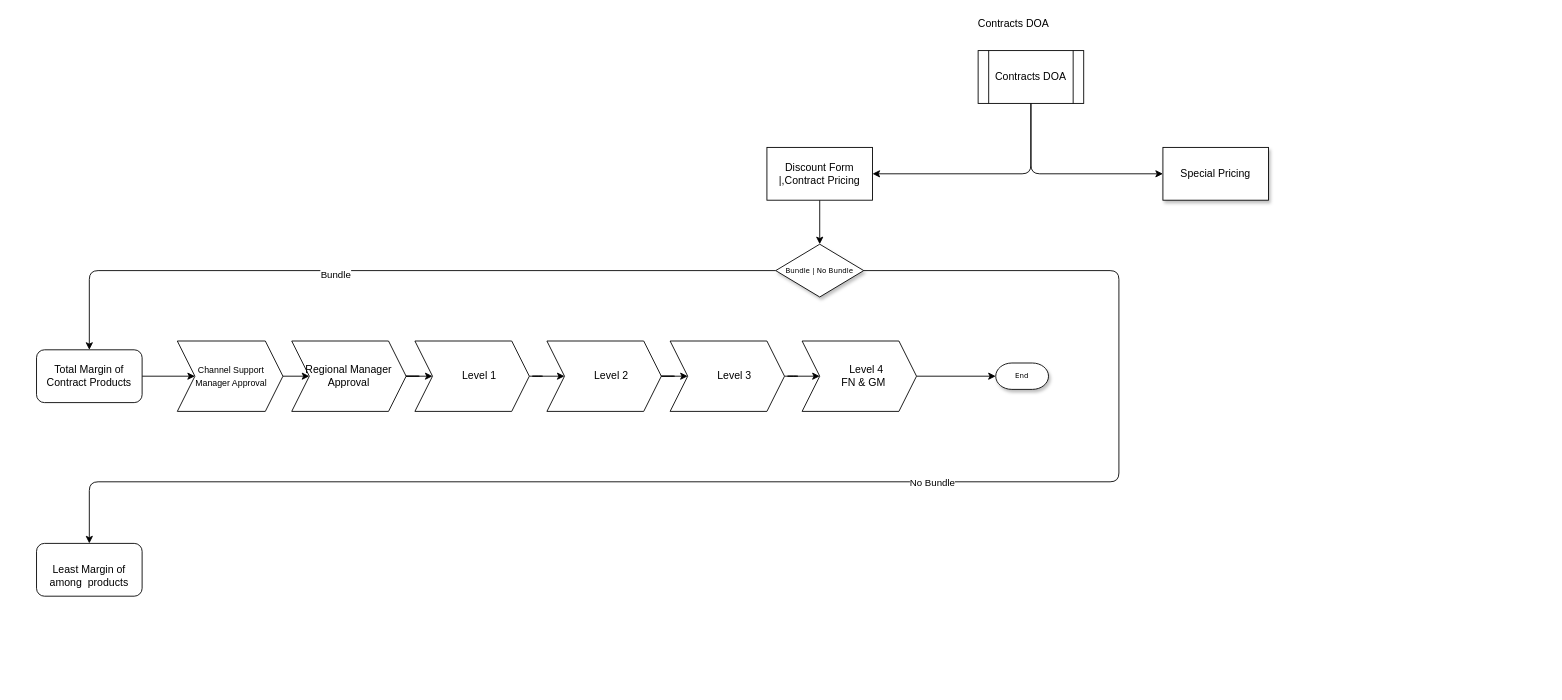
Before: Untitled Diagram.drawio in TheJaya/test, a draw.io diagram. Source tidied: cells renumbered, new cells numbered last; positions are measured from the earlier drawing's top-left corner, leaving out a move shared by most shapes. Both pictures are drawn from the tidied source at 88%, with x=0, y=0 at pixel (36, 15).
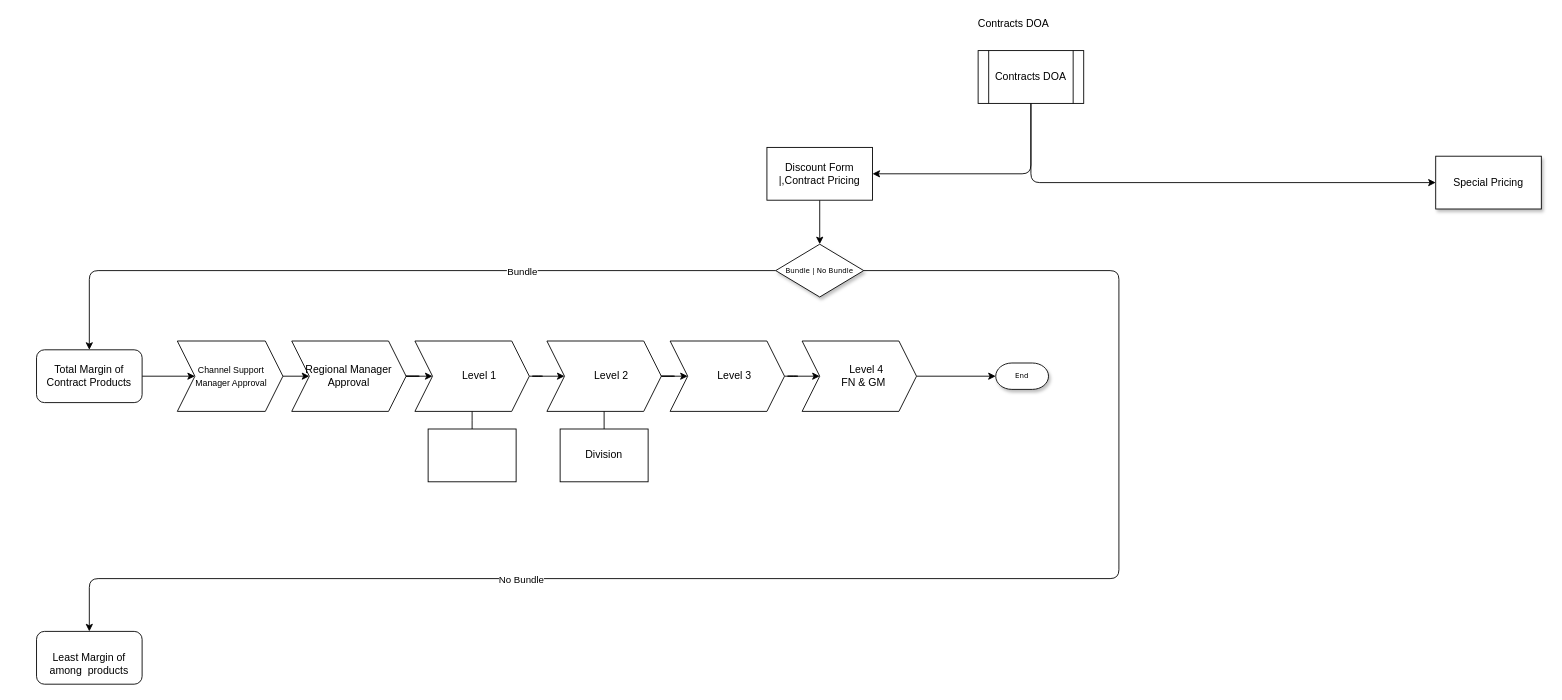
The same diagram, later.

Unchanged cells that the change refers to:
```xml
<mxCell id="5" style="edgeStyle=orthogonalEdgeStyle;curved=0;rounded=1;sketch=0;jettySize=auto;html=1;exitX=0;exitY=0.5;exitDx=0;exitDy=0;entryX=0.5;entryY=0;entryDx=0;entryDy=0;" parent="1" edge="1" source="7" target="16">
  <mxGeometry relative="1" as="geometry" />
</mxCell>
<mxCell id="7" value="Bundle | No Bundle" style="rhombus;whiteSpace=wrap;html=1;rounded=0;shadow=1;labelBackgroundColor=none;strokeWidth=1;fontFamily=Verdana;fontSize=8;align=center;" parent="1" vertex="1">
  <mxGeometry x="840" y="260" width="100" height="60" as="geometry" />
</mxCell>
<mxCell id="23" value="&amp;nbsp; &amp;nbsp; &amp;nbsp;Level 1" style="shape=step;perimeter=stepPerimeter;whiteSpace=wrap;html=1;fixedSize=1;rounded=0;sketch=0;" parent="1" vertex="1">
  <mxGeometry x="430" y="370" width="130" height="80" as="geometry" />
</mxCell>
<mxCell id="25" value="&amp;nbsp; &amp;nbsp; &amp;nbsp;Level 2" style="shape=step;perimeter=stepPerimeter;whiteSpace=wrap;html=1;fixedSize=1;rounded=0;sketch=0;" parent="1" vertex="1">
  <mxGeometry x="580" y="370" width="130" height="80" as="geometry" />
</mxCell>
```

What changed in the source:
```diff
@@
     <mxCell id="2" value="&lt;span style=&quot;font-family: &amp;#34;helvetica&amp;#34; ; font-size: 12px&quot;&gt;Special Pricing&lt;/span&gt;" style="rounded=0;whiteSpace=wrap;html=1;shadow=1;labelBackgroundColor=none;strokeWidth=1;fontFamily=Verdana;fontSize=8;align=center;" parent="1" vertex="1">
-      <mxGeometry x="1280" y="150" width="120" height="60" as="geometry" />
+      <mxGeometry x="1590" y="160" width="120" height="60" as="geometry" />
     </mxCell>
     <mxCell id="3" style="edgeStyle=orthogonalEdgeStyle;curved=0;rounded=1;sketch=0;jettySize=auto;html=1;exitX=1;exitY=0.5;exitDx=0;exitDy=0;entryX=0.5;entryY=0;entryDx=0;entryDy=0;" parent="1" edge="1" source="7" target="17">
       <mxGeometry relative="1" as="geometry">
         <Array as="points">
           <mxPoint x="1230" y="290" />
-          <mxPoint x="1230" y="530" />
-          <mxPoint x="60" y="530" />
+          <mxPoint x="1230" y="640" />
+          <mxPoint x="60" y="640" />
         </Array>
       </mxGeometry>
     </mxCell>
     <mxCell id="4" value="No Bundle" style="edgeLabel;html=1;align=center;verticalAlign=middle;" parent="3" vertex="1">
-      <mxGeometry x="-0.16" relative="1" as="geometry" />
+      <mxGeometry x="-0.16" relative="1" as="geometry">
+        <mxPoint x="-535" as="offset" />
+      </mxGeometry>
     </mxCell>
@@
     <mxCell id="6" value="Bundle" style="edgeLabel;html=1;align=center;verticalAlign=middle;" parent="5" vertex="1">
-      <mxGeometry x="0.15" y="4" relative="1" as="geometry" />
+      <mxGeometry x="0.15" y="4" relative="1" as="geometry">
+        <mxPoint x="211" y="-4" as="offset" />
+      </mxGeometry>
     </mxCell>
@@
     <mxCell id="17" value="&lt;table border=&quot;0&quot; cellpadding=&quot;0&quot; cellspacing=&quot;0&quot; width=&quot;169&quot; style=&quot;border-collapse: collapse ; width: 127pt&quot;&gt;&lt;tbody&gt;&lt;tr style=&quot;height: 15.0pt&quot;&gt;&lt;br/&gt;  &lt;td height=&quot;20&quot; width=&quot;169&quot; style=&quot;height: 15.0pt ; width: 127pt&quot;&gt;Least Margin of&lt;br/&gt;  among&amp;nbsp; products&lt;/td&gt;&lt;/tr&gt;&lt;/tbody&gt;&lt;/table&gt;" style="rounded=1;whiteSpace=wrap;html=1;sketch=0;align=center;" parent="1" vertex="1">
-      <mxGeometry y="600" width="120" height="60" as="geometry" />
+      <mxGeometry y="700" width="120" height="60" as="geometry" />
     </mxCell>
@@
+    <mxCell id="30" style="whiteSpace=wrap;html=1;align=center;verticalAlign=middle;newEdgeStyle={&quot;edgeStyle&quot;:&quot;elbowEdgeStyle&quot;,&quot;startArrow&quot;:&quot;none&quot;,&quot;endArrow&quot;:&quot;none&quot;};rounded=0;sketch=0;" parent="1" vertex="1">
+      <mxGeometry x="445" y="470" width="100" height="60" as="geometry" />
+    </mxCell>
+    <mxCell id="31" style="edgeStyle=elbowEdgeStyle;elbow=vertical;startArrow=none;endArrow=none;rounded=0;html=1;exitX=0.5;exitY=1;exitDx=0;exitDy=0;" parent="1" edge="1" source="23" target="30">
+      <mxGeometry relative="1" as="geometry" />
+    </mxCell>
+    <mxCell id="32" value="Division" style="whiteSpace=wrap;html=1;align=center;verticalAlign=middle;newEdgeStyle={&quot;edgeStyle&quot;:&quot;elbowEdgeStyle&quot;,&quot;startArrow&quot;:&quot;none&quot;,&quot;endArrow&quot;:&quot;none&quot;};rounded=0;sketch=0;" parent="1" vertex="1">
+      <mxGeometry x="595" y="470" width="100" height="60" as="geometry" />
+    </mxCell>
+    <mxCell id="33" style="edgeStyle=elbowEdgeStyle;elbow=vertical;startArrow=none;endArrow=none;rounded=0;html=1;exitX=0.5;exitY=1;exitDx=0;exitDy=0;" parent="1" edge="1" source="25" target="32">
+      <mxGeometry relative="1" as="geometry">
+        <Array as="points">
+          <mxPoint x="640" y="480" />
+        </Array>
+      </mxGeometry>
+    </mxCell>
```
